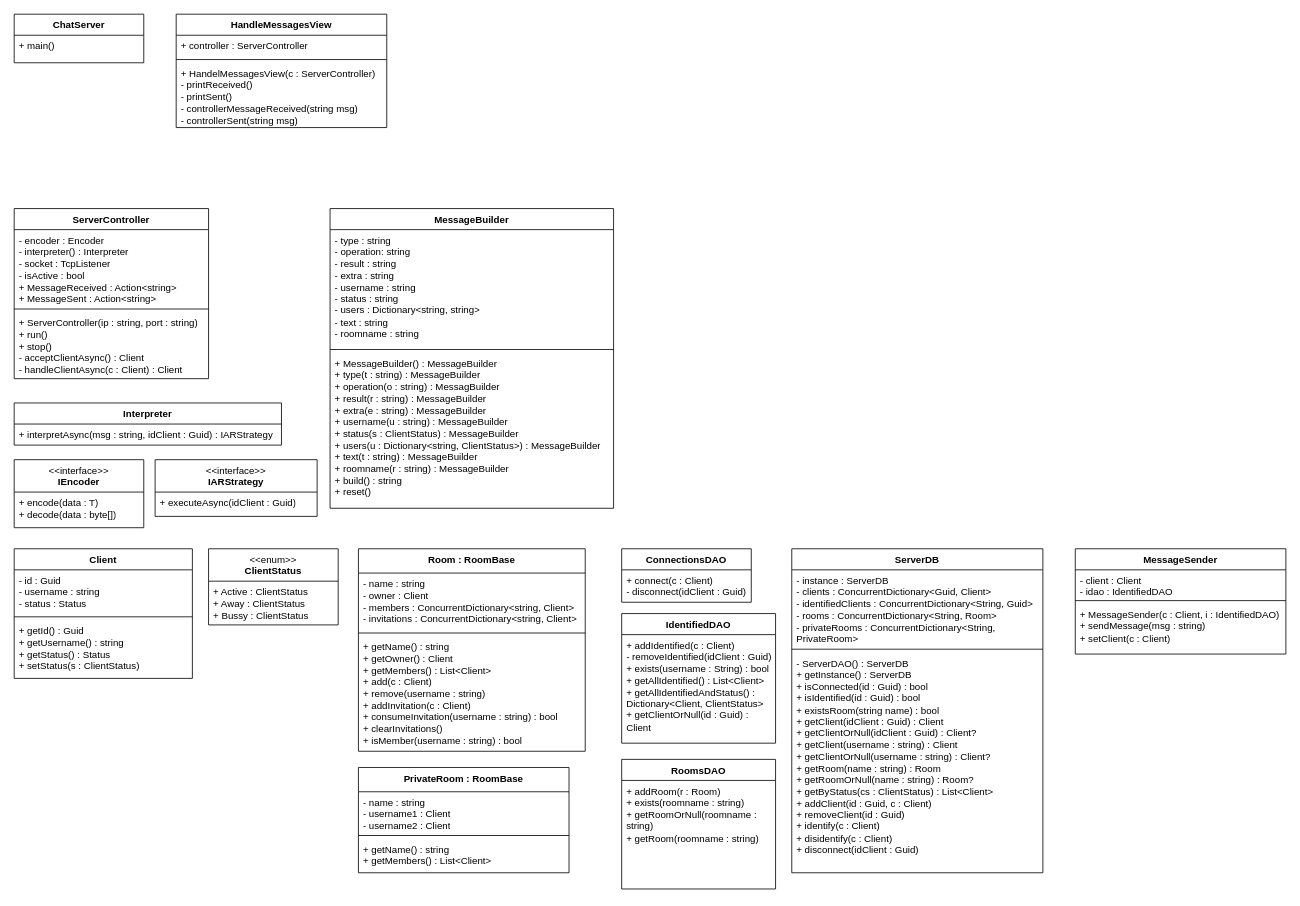
The draw.io diagram Docs/Analysis_Design/ServerFlow/server_class_diagram.drawio in Brayiux/FC_MYP_Proyecto1, before the edit. Source tidied: cells renumbered, new cells numbered last; positions are measured from the earlier drawing's top-left corner, leaving out a move shared by most shapes. Both pictures are drawn from the tidied source at 81%, with x=0, y=0 at pixel (14, 14).
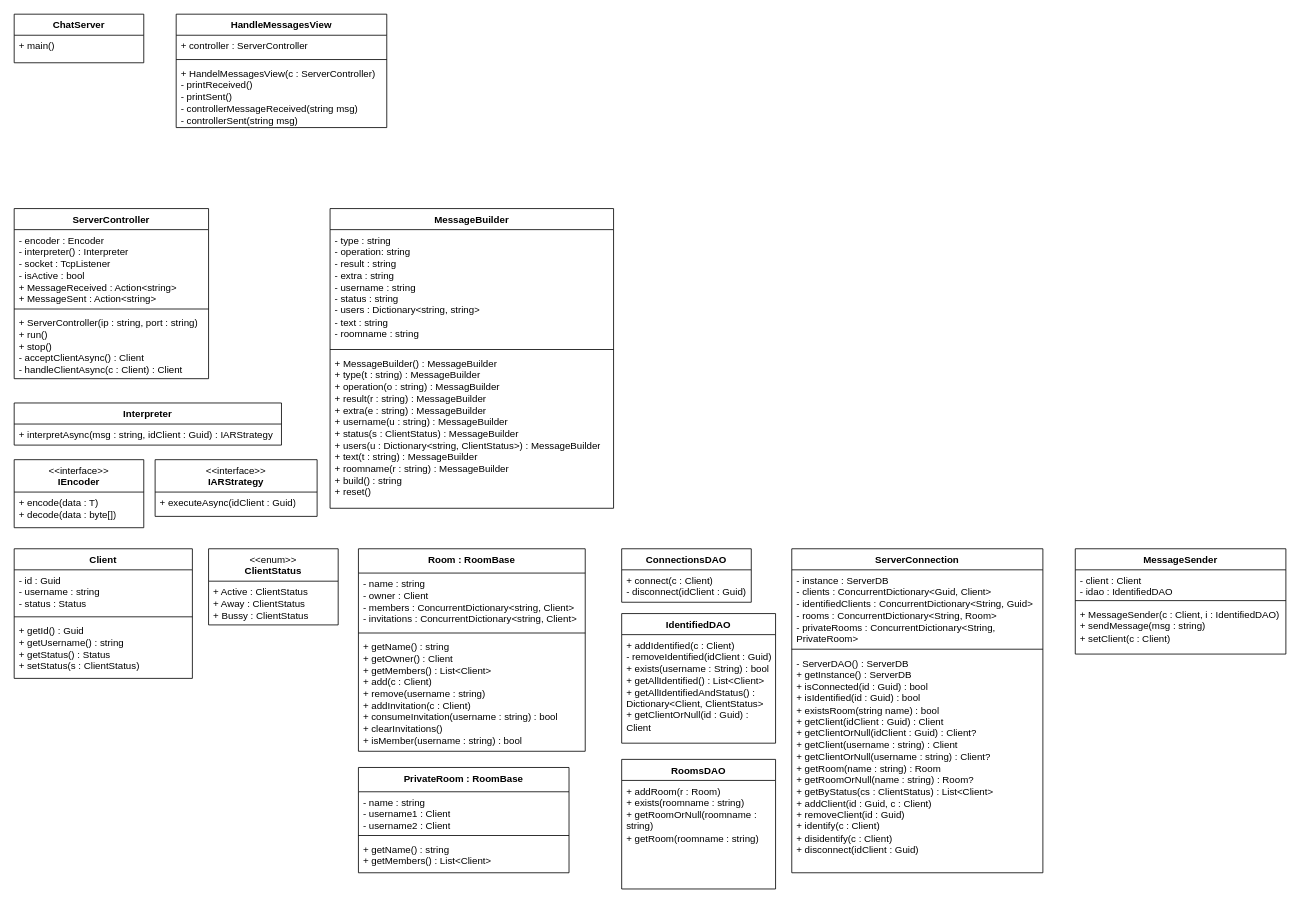
After the change.

What changed in the source:
```diff
@@
-    <mxCell id="18" value="ServerDB" style="swimlane;fontStyle=1;align=center;verticalAlign=top;horizontal=1;startSize=26;whiteSpace=wrap;html=1;" parent="1" vertex="1">
+    <mxCell id="18" value="ServerConnection" style="swimlane;fontStyle=1;align=center;verticalAlign=top;horizontal=1;startSize=26;whiteSpace=wrap;html=1;" parent="1" vertex="1">
       <mxGeometry x="960" y="660" width="310" height="400" as="geometry" />
     </mxCell>
```
